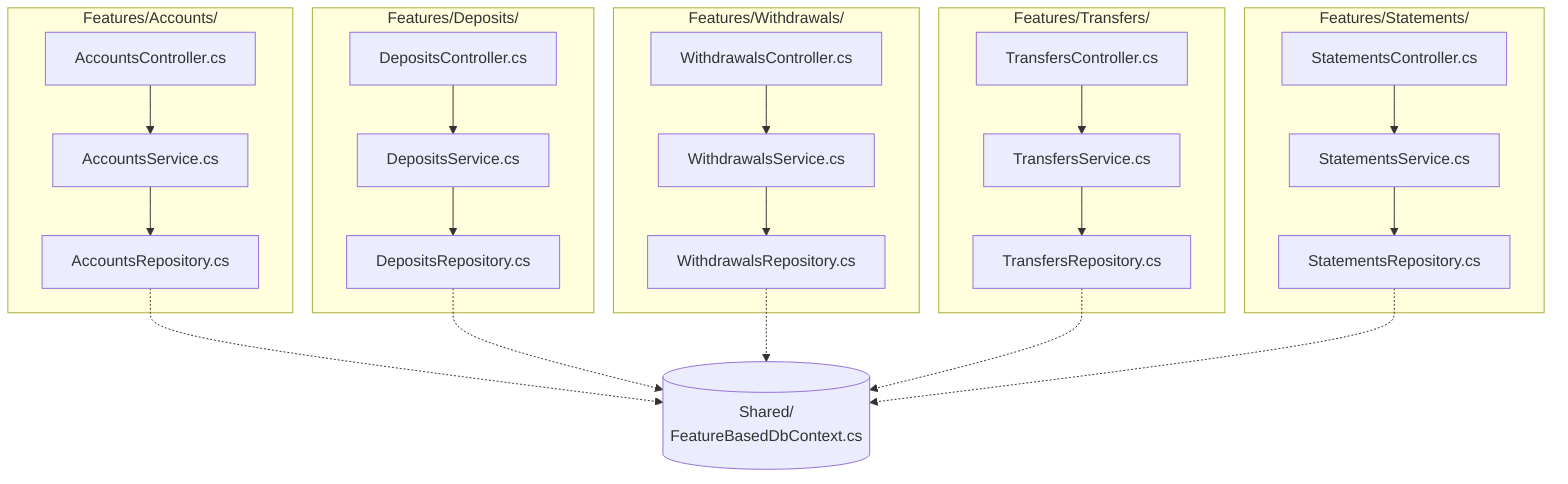
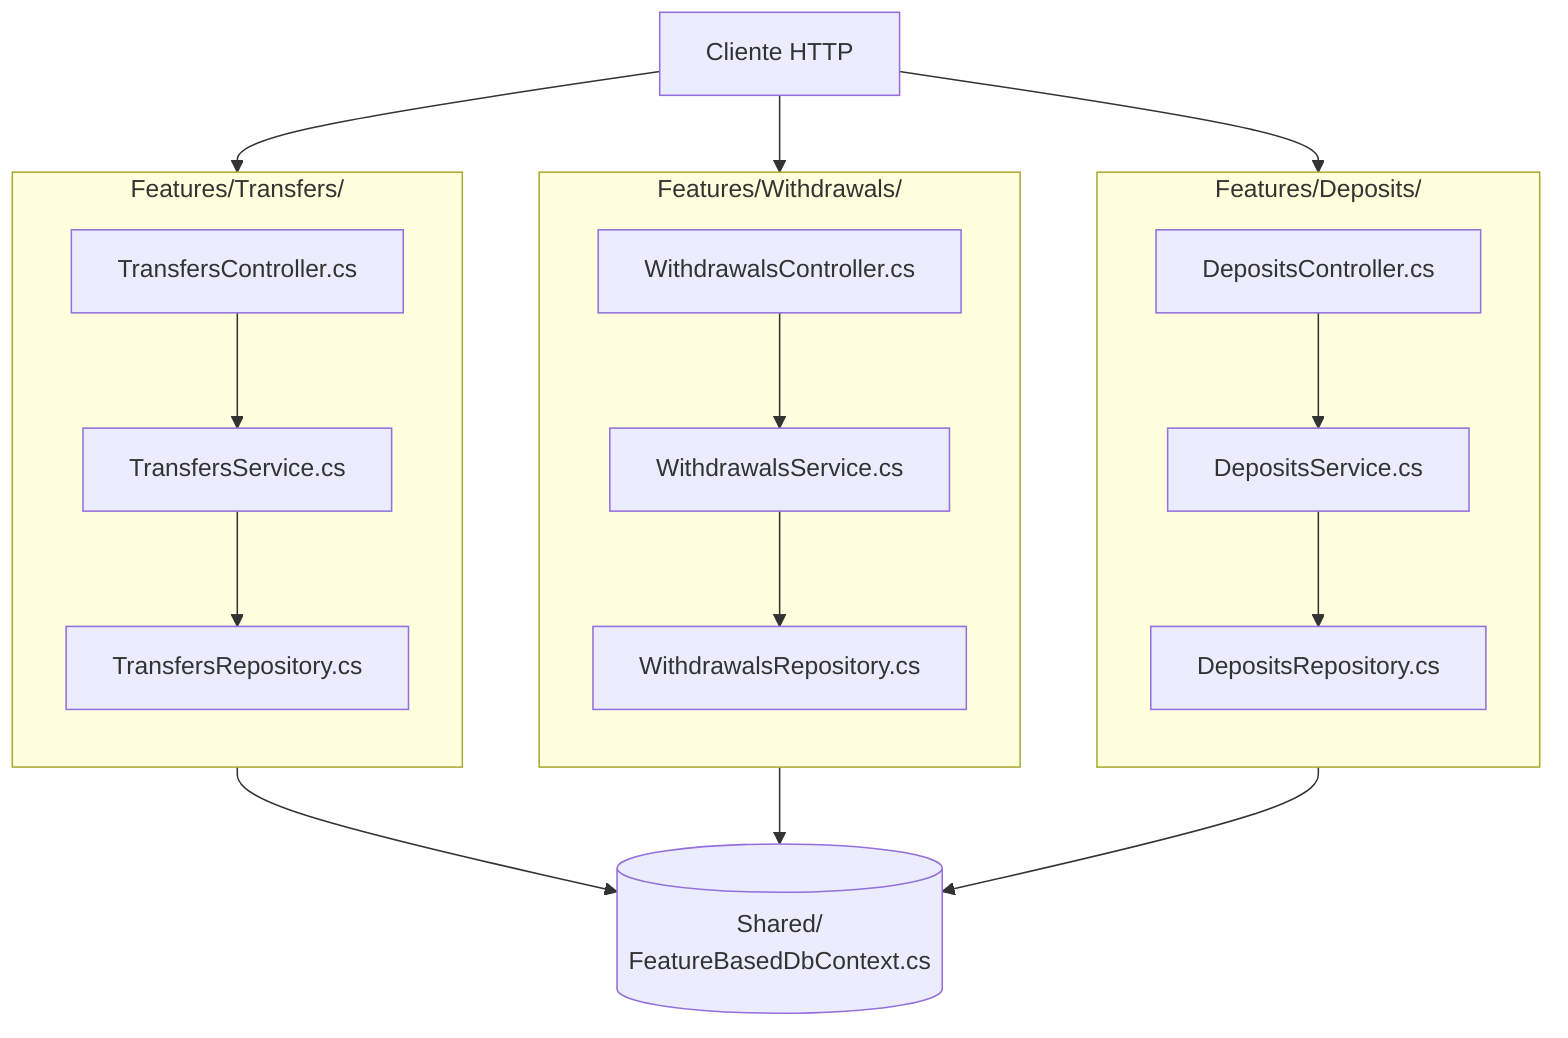
flowchart TB
-     subgraph SA["Features/Accounts/"]
-       AC["AccountsController.cs"]
-       AS["AccountsService.cs"]
-       AR["AccountsRepository.cs"]
-       AC --> AS --> AR
-     end
-     subgraph SD["Features/Deposits/"]
+     Client["Cliente HTTP"]
+ 
+     subgraph "Features/Deposits/"
+       direction TB
      DC["DepositsController.cs"]
      DS["DepositsService.cs"]
      DR["DepositsRepository.cs"]
      DC --> DS --> DR
    end
-     subgraph SW["Features/Withdrawals/"]
+     subgraph "Features/Withdrawals/"
+       direction TB
      WC["WithdrawalsController.cs"]
      WS["WithdrawalsService.cs"]
      WR["WithdrawalsRepository.cs"]
      WC --> WS --> WR
    end
-     subgraph ST["Features/Transfers/"]
+     subgraph "Features/Transfers/"
+       direction TB
      TC["TransfersController.cs"]
      TS["TransfersService.cs"]
      TR["TransfersRepository.cs"]
      TC --> TS --> TR
    end
-     subgraph SS["Features/Statements/"]
-       NC["StatementsController.cs"]
-       NS["StatementsService.cs"]
-       NR["StatementsRepository.cs"]
-       NC --> NS --> NR
-     end
+ 
    Db[("Shared/<br/>FeatureBasedDbContext.cs")]
-     AR -.-> Db
-     DR -.-> Db
-     WR -.-> Db
-     TR -.-> Db
-     NR -.-> Db
+ 
+     Client --> DC
+     Client --> WC
+     Client --> TC
+     DR --> Db
+     WR --> Db
+     TR --> Db
